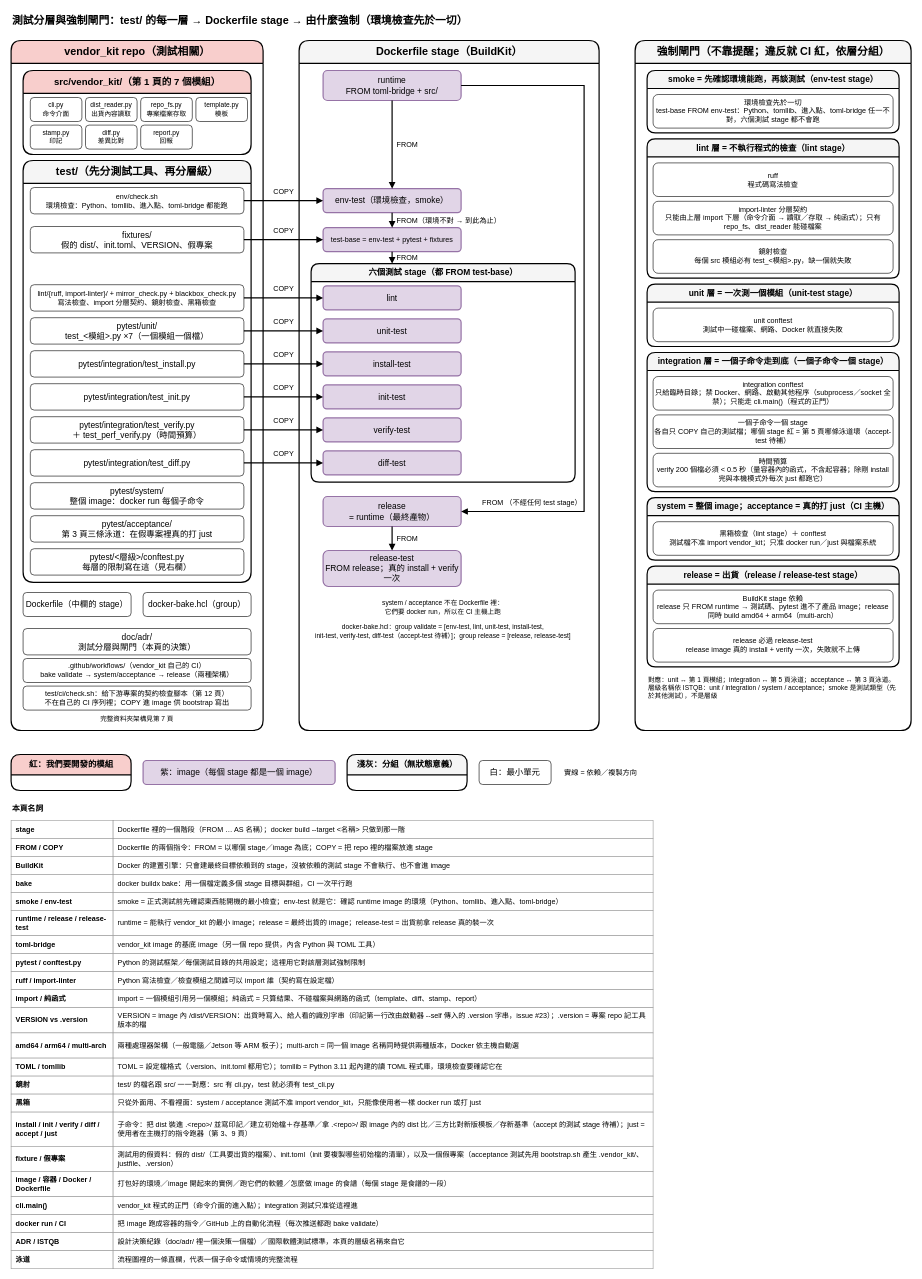
Earlier version of the draw.io diagram page "8. 測試分層與強制閘門" (8 of 12) of dist_distribution.drawio (ycpss91255-research/vendor_kit). Source tidied: cells renumbered, new cells numbered last; positions are measured from the earlier drawing's top-left corner, leaving out a move shared by most shapes. Both pictures are drawn from the tidied source at 60%, with x=0, y=0 at pixel (11, 10).
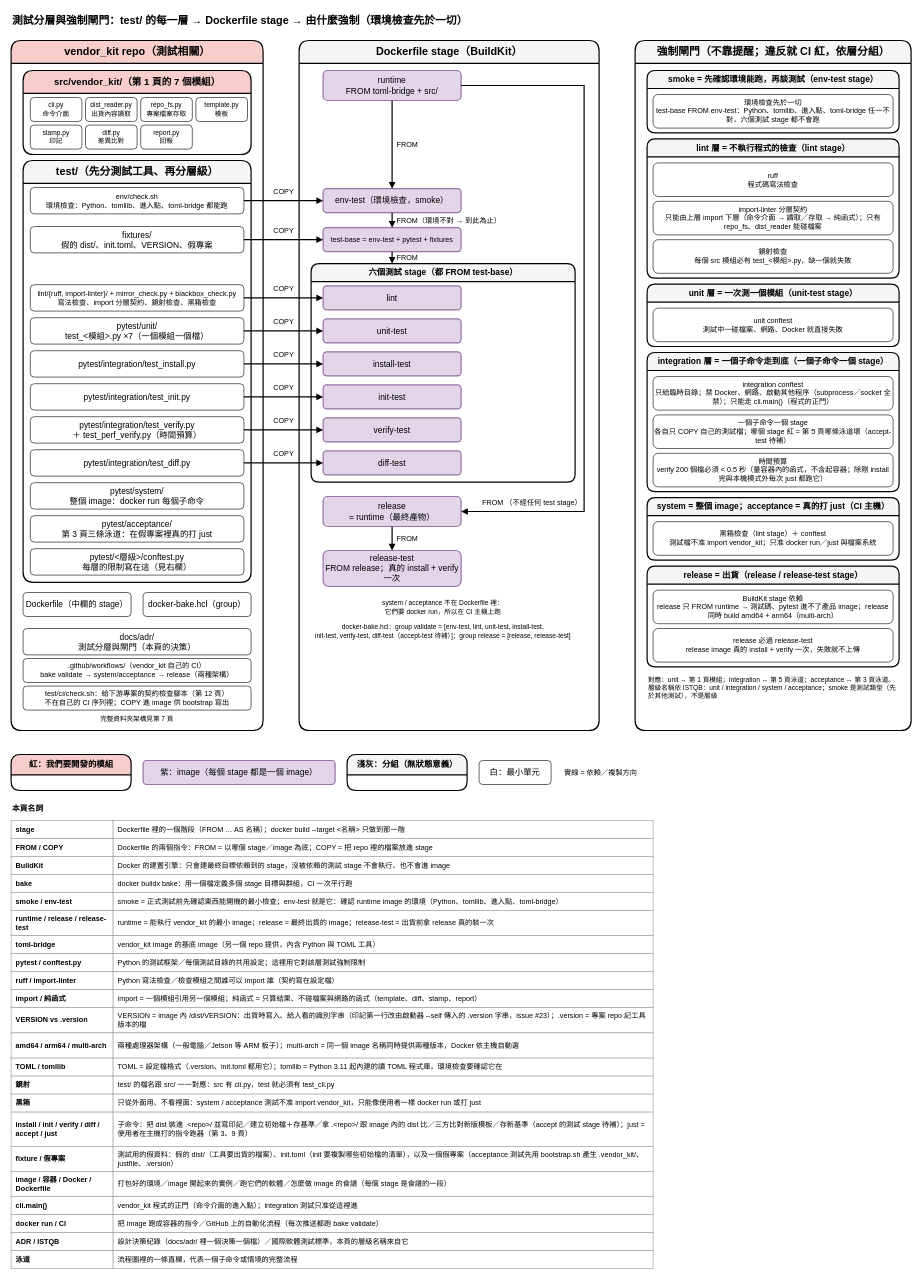
Above is the later version.

The change refers to these unchanged cells:
```xml
<mxCell id="3" value="vendor_kit repo（測試相關）" style="swimlane;html=1;rounded=1;startSize=38;fontStyle=1;fontSize=18;fillColor=#f8cecc;swimlaneFillColor=#ffffff;strokeColor=#000000;strokeWidth=2;" parent="1" vertex="1">
  <mxGeometry y="50" width="420" height="1150" as="geometry" />
</mxCell>
```

Diff of the diagram source:
```diff
@@
-    <mxCell id="27" value="doc/adr/&lt;br&gt;測試分層與閘門（本頁的決策）" style="rounded=1;whiteSpace=wrap;html=1;fillColor=#ffffff;strokeColor=light-dark(#000000,#9577A3);fontSize=14;strokeWidth=1;" parent="3" vertex="1">
+    <mxCell id="27" value="docs/adr/&lt;br&gt;測試分層與閘門（本頁的決策）" style="rounded=1;whiteSpace=wrap;html=1;fillColor=#ffffff;strokeColor=light-dark(#000000,#9577A3);fontSize=14;strokeWidth=1;" parent="3" vertex="1">
       <mxGeometry x="20" y="980" width="380" height="44" as="geometry" />
     </mxCell>
@@
-    <mxCell id="124" value="設計決策紀錄（doc/adr/ 裡一個決策一個檔）／國際軟體測試標準，本頁的層級名稱來自它" style="rounded=0;whiteSpace=wrap;html=1;fillColor=#ffffff;strokeColor=#999999;fontSize=12;align=left;spacingLeft=6;strokeWidth=1;" parent="1" vertex="1">
+    <mxCell id="124" value="設計決策紀錄（docs/adr/ 裡一個決策一個檔）／國際軟體測試標準，本頁的層級名稱來自它" style="rounded=0;whiteSpace=wrap;html=1;fillColor=#ffffff;strokeColor=#999999;fontSize=12;align=left;spacingLeft=6;strokeWidth=1;" parent="1" vertex="1">
       <mxGeometry x="170" y="2037" width="900" height="30" as="geometry" />
     </mxCell>
```
